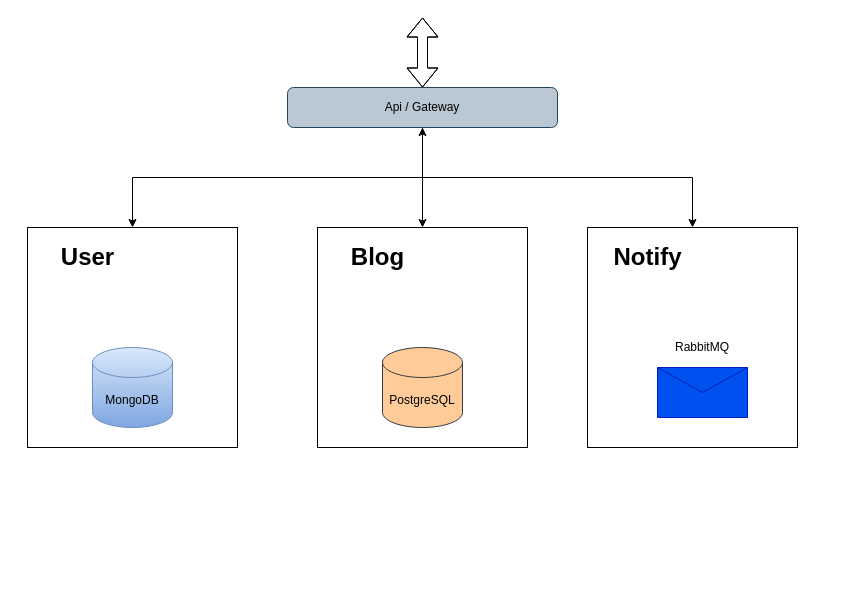
htmlacademy-nestjs/1994879-readme-8 keeps this draw.io diagram as specification/specification.drawio. Above is the earlier version. Source tidied: cells renumbered, new cells numbered last; positions are measured from the earlier drawing's top-left corner, leaving out a move shared by most shapes. Both pictures are drawn from the tidied source at 100%, with x=0, y=0 at pixel (27, 17).
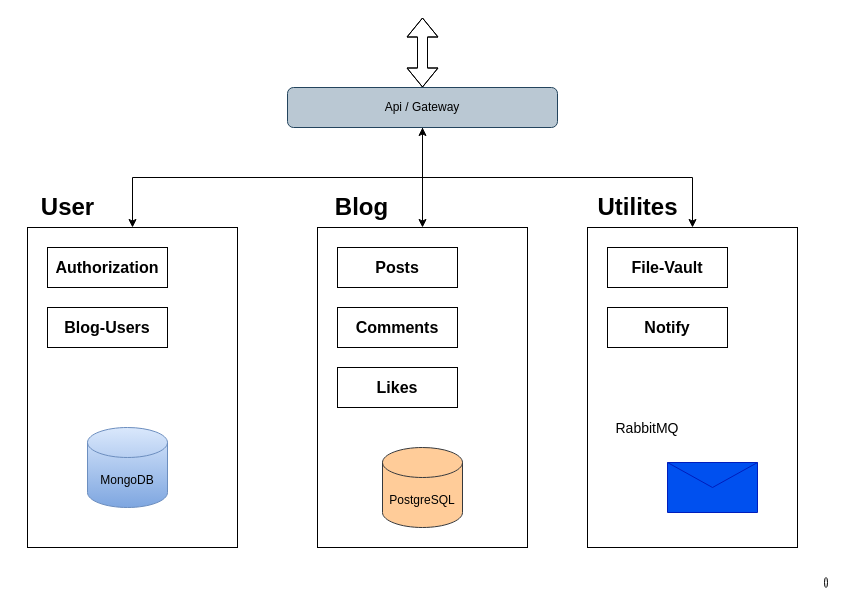
After the change.

Change to the diagram source:
```diff
@@
     <mxCell id="7" style="rounded=0;whiteSpace=wrap;html=1;" parent="1" vertex="1">
-      <mxGeometry y="210" width="210" height="220" as="geometry" />
+      <mxGeometry y="210" width="210" height="320" as="geometry" />
     </mxCell>
     <mxCell id="8" value="MongoDB" style="shape=cylinder3;whiteSpace=wrap;html=1;boundedLbl=1;backgroundOutline=1;size=15;fillColor=#dae8fc;gradientColor=#7ea6e0;strokeColor=#6c8ebf;" parent="1" vertex="1">
-      <mxGeometry x="65" y="330" width="80" height="80" as="geometry" />
+      <mxGeometry x="60" y="410" width="80" height="80" as="geometry" />
     </mxCell>
     <mxCell id="9" value="User" style="text;strokeColor=none;fillColor=none;html=1;fontSize=24;fontStyle=1;verticalAlign=middle;align=center;" parent="1" vertex="1">
-      <mxGeometry x="10" y="220" width="100" height="40" as="geometry" />
+      <mxGeometry x="-10" y="170" width="100" height="40" as="geometry" />
     </mxCell>
     <mxCell id="10" style="rounded=0;whiteSpace=wrap;html=1;" parent="1" vertex="1">
-      <mxGeometry x="290" y="210" width="210" height="220" as="geometry" />
+      <mxGeometry x="290" y="210" width="210" height="320" as="geometry" />
     </mxCell>
     <mxCell id="11" value="Blog" style="text;strokeColor=none;fillColor=none;html=1;fontSize=24;fontStyle=1;verticalAlign=middle;align=center;" parent="1" vertex="1">
-      <mxGeometry x="300" y="220" width="100" height="40" as="geometry" />
+      <mxGeometry x="284" y="170" width="100" height="40" as="geometry" />
     </mxCell>
     <mxCell id="12" value="PostgreSQL" style="shape=cylinder3;whiteSpace=wrap;html=1;boundedLbl=1;backgroundOutline=1;size=15;fillColor=#ffcc99;strokeColor=#36393d;" parent="1" vertex="1">
-      <mxGeometry x="355" y="330" width="80" height="80" as="geometry" />
+      <mxGeometry x="355" y="430" width="80" height="80" as="geometry" />
     </mxCell>
     <mxCell id="13" style="rounded=0;whiteSpace=wrap;html=1;" parent="1" vertex="1">
-      <mxGeometry x="560" y="210" width="210" height="220" as="geometry" />
+      <mxGeometry x="560" y="210" width="210" height="320" as="geometry" />
     </mxCell>
-    <mxCell id="14" value="Notify" style="text;strokeColor=none;fillColor=none;html=1;fontSize=24;fontStyle=1;verticalAlign=middle;align=center;" parent="1" vertex="1">
-      <mxGeometry x="570" y="220" width="100" height="40" as="geometry" />
+    <mxCell id="14" value="Utilites" style="text;strokeColor=none;fillColor=none;html=1;fontSize=24;fontStyle=1;verticalAlign=middle;align=center;" parent="1" vertex="1">
+      <mxGeometry x="560" y="170" width="100" height="40" as="geometry" />
     </mxCell>
     <mxCell id="15" style="shape=message;html=1;html=1;labelPosition=center;verticalLabelPosition=bottom;align=center;verticalAlign=top;fillColor=#0050ef;fontColor=#ffffff;strokeColor=#001DBC;" parent="1" vertex="1">
-      <mxGeometry x="630" y="350" width="90" height="50" as="geometry" />
+      <mxGeometry x="640" y="445" width="90" height="50" as="geometry" />
     </mxCell>
-    <mxCell id="16" value="RabbitMQ" style="text;html=1;strokeColor=none;fillColor=none;align=center;verticalAlign=middle;whiteSpace=wrap;overflow=hidden;" parent="1" vertex="1">
-      <mxGeometry x="635" y="320" width="80" height="20" as="geometry" />
+    <mxCell id="16" value="&lt;font style=&quot;font-size: 14px;&quot;&gt;RabbitMQ&lt;/font&gt;" style="text;html=1;strokeColor=none;fillColor=none;align=center;verticalAlign=middle;whiteSpace=wrap;overflow=hidden;" parent="1" vertex="1">
+      <mxGeometry x="580" y="400" width="80" height="20" as="geometry" />
     </mxCell>
+    <mxCell id="17" value="&lt;b&gt;&lt;font style=&quot;font-size: 16px;&quot;&gt;Authorization&lt;/font&gt;&lt;/b&gt;" style="rounded=0;whiteSpace=wrap;html=1;" parent="1" vertex="1">
+      <mxGeometry x="20" y="230" width="120" height="40" as="geometry" />
+    </mxCell>
+    <mxCell id="18" value="&lt;span style=&quot;font-size: 16px;&quot;&gt;&lt;b&gt;Blog-Users&lt;/b&gt;&lt;/span&gt;" style="rounded=0;whiteSpace=wrap;html=1;" parent="1" vertex="1">
+      <mxGeometry x="20" y="290" width="120" height="40" as="geometry" />
+    </mxCell>
+    <mxCell id="19" value="&lt;b&gt;&lt;font style=&quot;font-size: 16px;&quot;&gt;Posts&lt;/font&gt;&lt;/b&gt;" style="rounded=0;whiteSpace=wrap;html=1;" parent="1" vertex="1">
+      <mxGeometry x="310" y="230" width="120" height="40" as="geometry" />
+    </mxCell>
+    <mxCell id="20" value="&lt;b&gt;&lt;font style=&quot;font-size: 16px;&quot;&gt;Comments&lt;/font&gt;&lt;/b&gt;" style="rounded=0;whiteSpace=wrap;html=1;" parent="1" vertex="1">
+      <mxGeometry x="310" y="290" width="120" height="40" as="geometry" />
+    </mxCell>
+    <mxCell id="21" value="&lt;b&gt;&lt;font style=&quot;font-size: 16px;&quot;&gt;Likes&lt;/font&gt;&lt;/b&gt;" style="rounded=0;whiteSpace=wrap;html=1;" parent="1" vertex="1">
+      <mxGeometry x="310" y="350" width="120" height="40" as="geometry" />
+    </mxCell>
+    <mxCell id="22" value="&lt;b&gt;&lt;font style=&quot;font-size: 16px;&quot;&gt;File-Vault&lt;/font&gt;&lt;/b&gt;" style="rounded=0;whiteSpace=wrap;html=1;" parent="1" vertex="1">
+      <mxGeometry x="580" y="230" width="120" height="40" as="geometry" />
+    </mxCell>
+    <mxCell id="23" value="&lt;b&gt;&lt;font style=&quot;font-size: 16px;&quot;&gt;Notify&lt;/font&gt;&lt;/b&gt;" style="rounded=0;whiteSpace=wrap;html=1;" parent="1" vertex="1">
+      <mxGeometry x="580" y="290" width="120" height="40" as="geometry" />
+    </mxCell>
+    <mxCell id="24" style="ellipse;whiteSpace=wrap;html=1;" parent="1" vertex="1">
+      <mxGeometry x="797" y="560" width="3" height="10" as="geometry" />
+    </mxCell>
```
